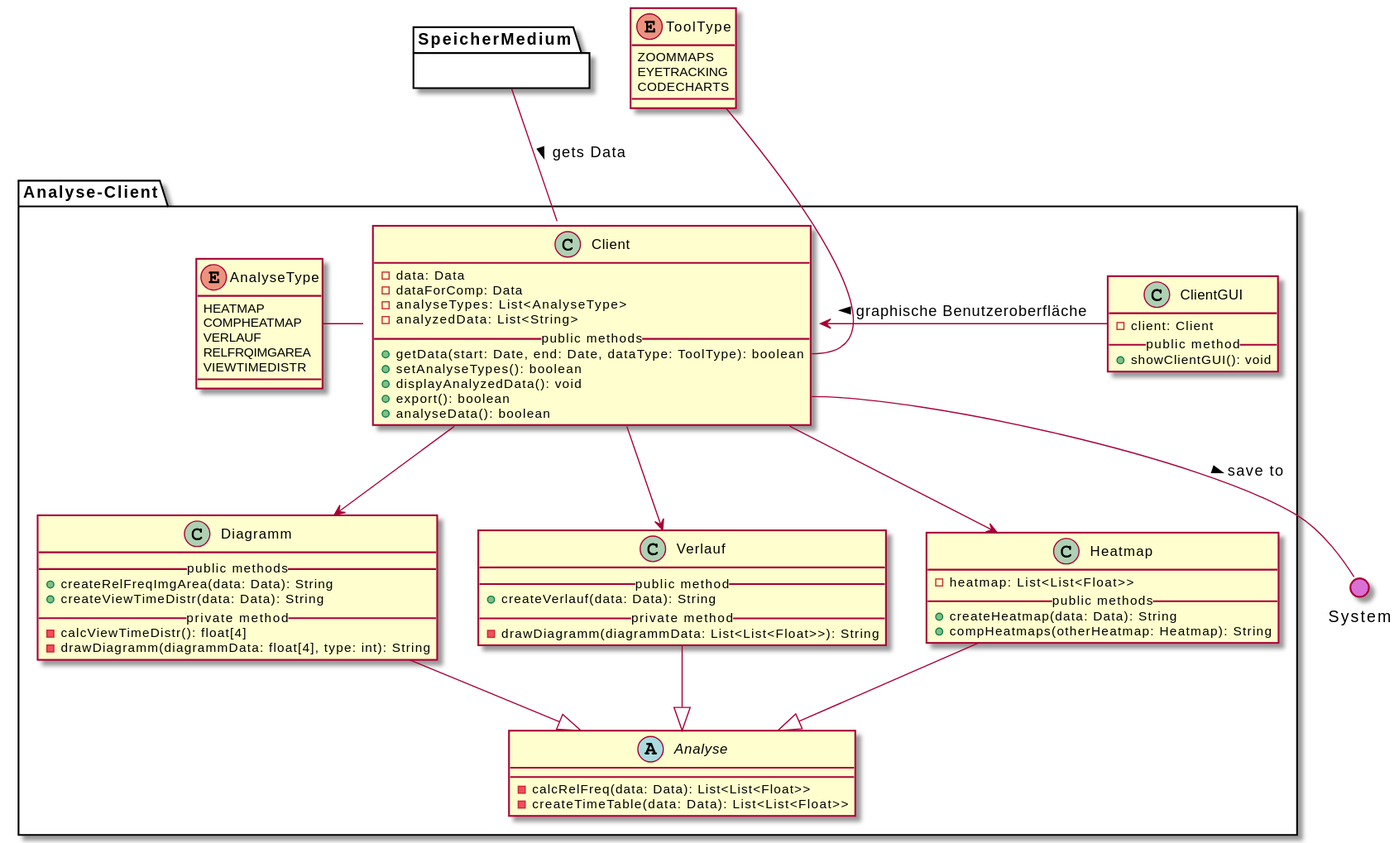
Before: meilenstein_03/uml-analyse-client/analyseclient.svg, a diagram exported from PlantUML (weichware10/meilensteine). The source it was exported from:
```plantuml
@startuml
package Analyse-Client{

  class Client {
    - data: Data
    - dataForComp: Data
    - analyseTypes: List<AnalyseType>
    - analyzedData: List<String>
    __public methods__
    + getData(start: Date, end: Date, dataType: ToolType): boolean
    + setAnalyseTypes(): boolean
    + displayAnalyzedData(): void
    + export(): boolean
    + analyseData(): boolean
  }

  abstract Analyse {
    - calcRelFreq(data: Data): List<List<Float>>
    - createTimeTable(data: Data): List<List<Float>>
  }

  class Heatmap {
    - heatmap: List<List<Float>>
    __public methods__
    + createHeatmap(data: Data): String
    + compHeatmaps(otherHeatmap: Heatmap): String
  }

  class Verlauf {
    __public method__
    + createVerlauf(data: Data): String
    __private method__
    - drawDiagramm(diagrammData: List<List<Float>>): String
  }

  class Diagramm {
    __public methods__
    + createRelFreqImgArea(data: Data): String
    + createViewTimeDistr(data: Data): String
    __private method__
    - calcViewTimeDistr(): float[4]
    - drawDiagramm(diagrammData: float[4], type: int): String
  }

  enum AnalyseType {
    HEATMAP
    COMPHEATMAP
    VERLAUF
    RELFRQIMGAREA
    VIEWTIMEDISTR
  }

  class ClientGUI {
    - client: Client
    __public method__
    + showClientGUI(): void
  }

  Analyse <|-u- Heatmap
  Analyse <|-u- Verlauf
  Analyse <|-u- Diagramm

  Client -d-> Heatmap
  Client -d-> Verlauf
  Client -d-> Diagramm
  Client -l- AnalyseType
  Client <-r- ClientGUI : < graphische Benutzeroberfläche

}

enum ToolType {
  ZOOMMAPS
  EYETRACKING
  CODECHARTS
}

package SpeicherMedium {}

() System #DA70D5

Client::getData -u- ToolType
Client::export -- System: > save to
Client -u- SpeicherMedium : < gets Data
@enduml
```
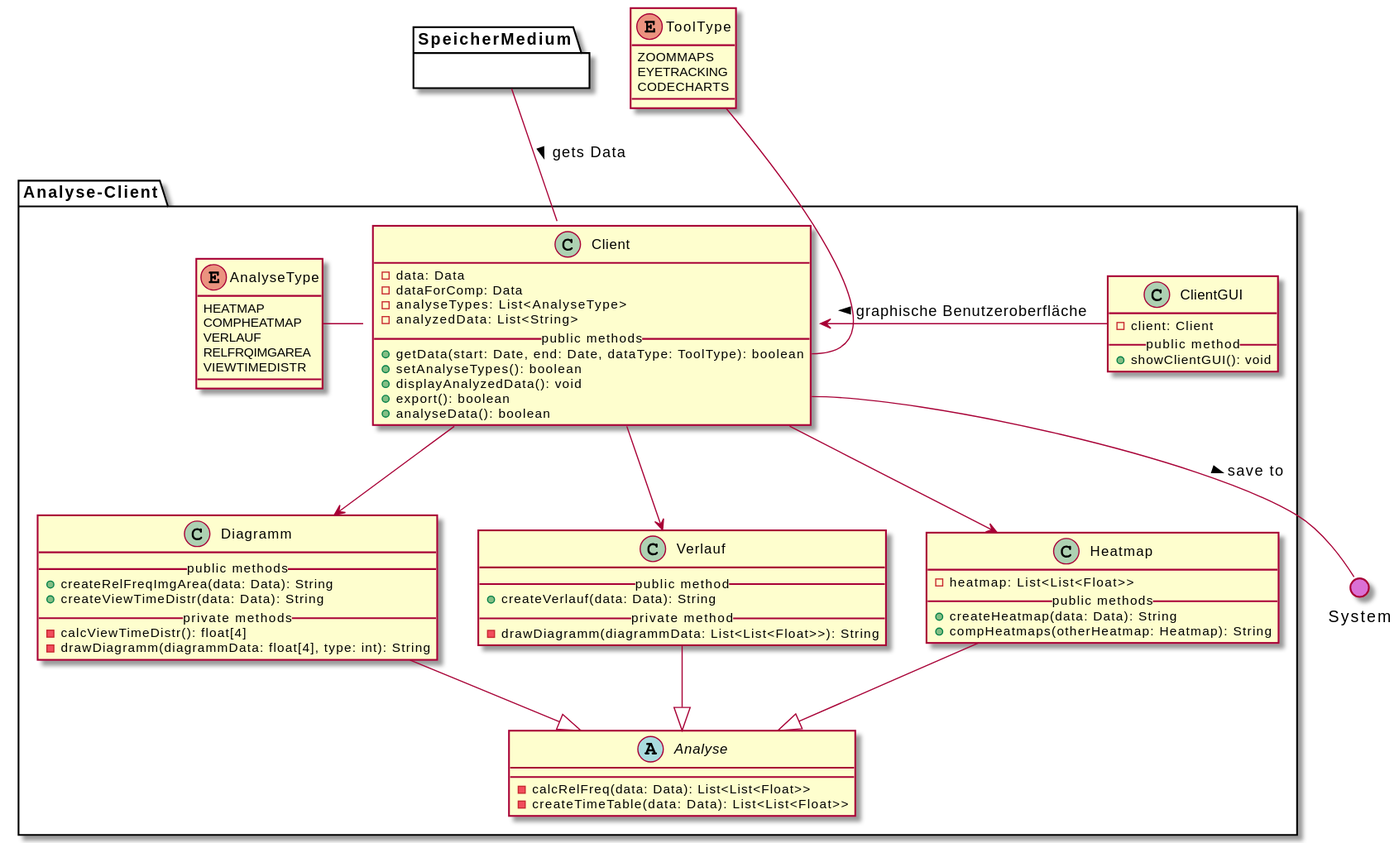
After the change.

Commit message:
Render PlantUML SVGs

Change to the diagram source:
```diff
@@ -37,7 +37,7 @@
     __public methods__
     + createRelFreqImgArea(data: Data): String
     + createViewTimeDistr(data: Data): String
-    __private method__
+    __private methods__
     - calcViewTimeDistr(): float[4]
     - drawDiagramm(diagrammData: float[4], type: int): String
   }
```
